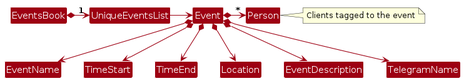
Above: diagrams/BetterModelClassDiagramEventsBook.png in dloh2236/tp (PlantUML), before the change. Its source is kept beside it as diagrams/BetterModelClassDiagramEventsBook.puml.
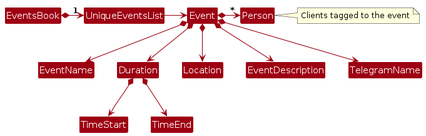
Above is the later version.

Diff of the diagram source:
```diff
@@ -14,8 +14,9 @@
 
 Event *-r-> "*" Person
 Event *--> EventName
-Event *--> TimeStart
-Event *--> TimeEnd
+Event *--> Duration
+Duration *--> TimeStart
+Duration *--> TimeEnd
 Event *--> Location
 Event *--> EventDescription
 Event *--> TelegramName
```
